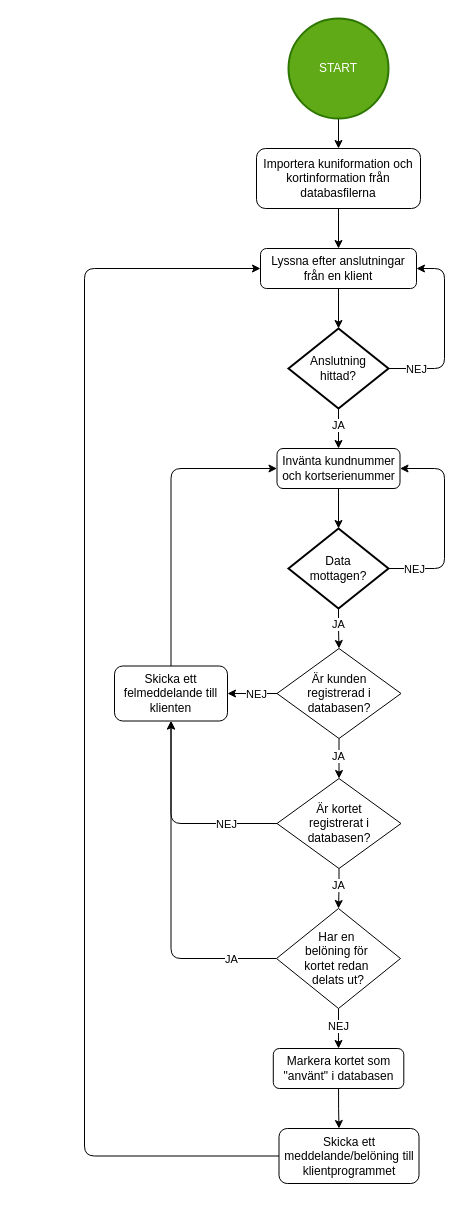
Earlier version of the draw.io diagram flowchart planering.drawio (JakeBow/shopping-list). Source tidied: cells renumbered, new cells numbered last; positions are measured from the earlier drawing's top-left corner, leaving out a move shared by most shapes. Both pictures are drawn from the tidied source at 100%, with x=0, y=0 at pixel (84, 18).
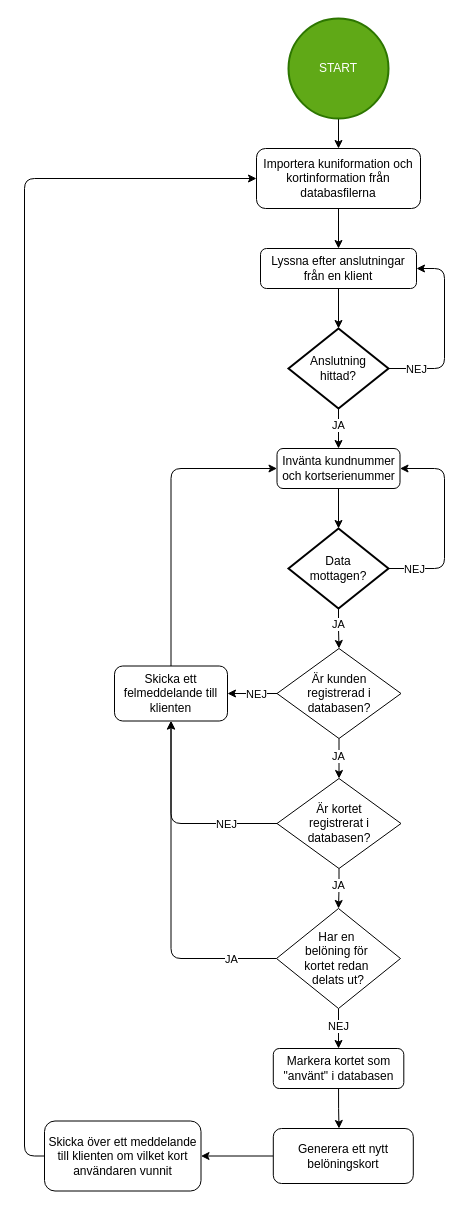
Above is the later version.

Unchanged cells that the change refers to:
```xml
<mxCell id="2" value="Lyssna efter anslutningar från en klient" style="rounded=1;whiteSpace=wrap;html=1;fontSize=12;glass=0;strokeWidth=1;shadow=0;" parent="1" vertex="1">
  <mxGeometry x="176" y="230" width="156" height="40" as="geometry" />
</mxCell>
<mxCell id="31" value="Markera kortet som &quot;använt&quot; i databasen" style="rounded=1;whiteSpace=wrap;html=1;fontSize=12;glass=0;strokeWidth=1;shadow=0;" parent="1" vertex="1">
  <mxGeometry x="188.8" y="1030" width="130.5" height="40" as="geometry" />
</mxCell>
<mxCell id="40" value="&lt;div&gt;Importera kuniformation och kortinformation från databasfilerna&lt;/div&gt;" style="rounded=1;whiteSpace=wrap;html=1;fontSize=12;glass=0;strokeWidth=1;shadow=0;" parent="1" vertex="1">
  <mxGeometry x="172" y="130" width="164" height="60" as="geometry" />
</mxCell>
```

Change to the diagram source:
```diff
@@
     <mxCell id="30" style="edgeStyle=orthogonalEdgeStyle;rounded=0;jettySize=auto;html=1;exitX=0.5;exitY=1;exitDx=0;exitDy=0;entryX=0.5;entryY=0;entryDx=0;entryDy=0;" parent="1" edge="1" source="31">
       <mxGeometry relative="1" as="geometry">
         <mxPoint x="254.5" y="1110" as="targetPoint" />
+        <Array as="points">
+          <mxPoint x="254" y="1090" />
+          <mxPoint x="255" y="1090" />
+        </Array>
       </mxGeometry>
     </mxCell>
@@
-    <mxCell id="32" style="edgeStyle=orthogonalEdgeStyle;rounded=1;jettySize=auto;html=1;exitX=0;exitY=0.5;exitDx=0;exitDy=0;entryX=0;entryY=0.5;entryDx=0;entryDy=0;curved=0;" parent="1" edge="1" source="33" target="2">
-      <mxGeometry relative="1" as="geometry">
-        <Array as="points">
-          <mxPoint y="1138" />
-          <mxPoint y="250" />
-        </Array>
-      </mxGeometry>
-    </mxCell>
+    <mxCell id="41" style="edgeStyle=orthogonalEdgeStyle;rounded=0;jettySize=auto;html=1;exitX=0;exitY=0.5;exitDx=0;exitDy=0;entryX=1;entryY=0.5;entryDx=0;entryDy=0;" parent="1" edge="1" source="33" target="43">
+      <mxGeometry relative="1" as="geometry" />
+    </mxCell>
-    <mxCell id="33" value="Skicka ett meddelande/belöning till klientprogrammet" style="rounded=1;whiteSpace=wrap;html=1;fontSize=12;glass=0;strokeWidth=1;shadow=0;" parent="1" vertex="1">
-      <mxGeometry x="194.5" y="1110" width="140" height="55" as="geometry" />
+    <mxCell id="33" value="Generera ett nytt belöningskort" style="rounded=1;whiteSpace=wrap;html=1;fontSize=12;glass=0;strokeWidth=1;shadow=0;" parent="1" vertex="1">
+      <mxGeometry x="188.8" y="1110" width="140" height="55" as="geometry" />
     </mxCell>
@@
+    <mxCell id="42" style="edgeStyle=orthogonalEdgeStyle;rounded=1;jettySize=auto;html=1;exitX=0;exitY=0.5;exitDx=0;exitDy=0;entryX=0;entryY=0.5;entryDx=0;entryDy=0;curved=0;" parent="1" edge="1" source="43" target="40">
+      <mxGeometry relative="1" as="geometry">
+        <Array as="points">
+          <mxPoint x="-60" y="1137" />
+          <mxPoint x="-60" y="160" />
+        </Array>
+      </mxGeometry>
+    </mxCell>
+    <mxCell id="43" value="Skicka över ett meddelande till klienten om vilket kort användaren vunnit" style="rounded=1;whiteSpace=wrap;html=1;fontSize=12;glass=0;strokeWidth=1;shadow=0;" parent="1" vertex="1">
+      <mxGeometry x="-40" y="1102.5" width="156.5" height="70" as="geometry" />
+    </mxCell>
```
